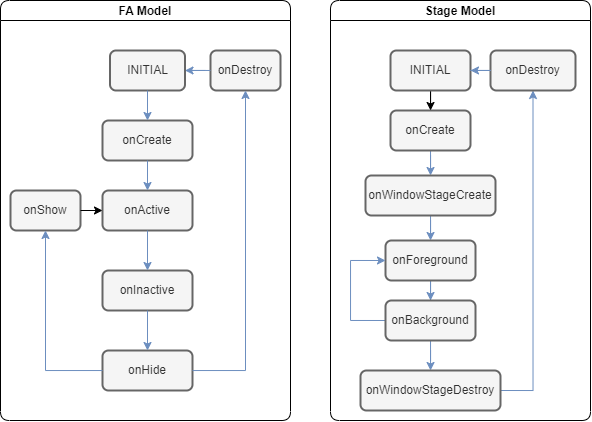
Above: zh-cn/application-dev/ability/figures/lifecycle.png in openharmony/docs (draw.io), before the change. Source tidied: cells renumbered, new cells last; positions are measured from the earlier drawing's top-left corner, leaving out a move shared by most shapes. The source it was exported from:
```xml
<mxGraphModel>
  <root>
    <mxCell id="0" />
    <mxCell id="1" parent="0" />
    <mxCell id="2" value="FA Model" style="swimlane;rounded=1;startSize=20;" parent="1" vertex="1">
      <mxGeometry width="290" height="420" as="geometry" />
    </mxCell>
    <mxCell id="3" value="INITIAL" style="strokeWidth=2;html=1;whiteSpace=wrap;rounded=1;startSize=20;fillColor=#f5f5f5;fontColor=#333333;strokeColor=#666666;" parent="2" vertex="1">
      <mxGeometry x="109.5" y="50" width="75" height="40" as="geometry" />
    </mxCell>
    <mxCell id="4" value="onCreate" style="whiteSpace=wrap;html=1;strokeWidth=2;rounded=1;startSize=20;fillColor=#f5f5f5;fontColor=#333333;strokeColor=#666666;" parent="2" vertex="1">
      <mxGeometry x="102" y="120" width="90" height="40" as="geometry" />
    </mxCell>
    <mxCell id="5" style="edgeStyle=orthogonalEdgeStyle;rounded=0;jettySize=auto;html=1;startSize=20;fillColor=#dae8fc;strokeColor=#6c8ebf;" parent="2" edge="1" source="3" target="4">
      <mxGeometry relative="1" as="geometry" />
    </mxCell>
    <mxCell id="6" value="onActive" style="whiteSpace=wrap;html=1;strokeWidth=2;rounded=1;startSize=20;fillColor=#f5f5f5;fontColor=#333333;strokeColor=#666666;" parent="2" vertex="1">
      <mxGeometry x="102" y="190" width="90" height="40" as="geometry" />
    </mxCell>
    <mxCell id="7" style="edgeStyle=orthogonalEdgeStyle;rounded=0;jettySize=auto;html=1;startSize=20;fillColor=#dae8fc;strokeColor=#6c8ebf;" parent="2" edge="1" source="4" target="6">
      <mxGeometry relative="1" as="geometry" />
    </mxCell>
    <mxCell id="8" value="onInactive" style="whiteSpace=wrap;html=1;strokeWidth=2;rounded=1;startSize=20;fillColor=#f5f5f5;fontColor=#333333;strokeColor=#666666;" parent="2" vertex="1">
      <mxGeometry x="102" y="270" width="90" height="40" as="geometry" />
    </mxCell>
    <mxCell id="9" style="edgeStyle=orthogonalEdgeStyle;rounded=0;jettySize=auto;html=1;startSize=20;fillColor=#dae8fc;strokeColor=#6c8ebf;" parent="2" edge="1" source="6" target="8">
      <mxGeometry relative="1" as="geometry" />
    </mxCell>
    <mxCell id="10" value="onHide" style="whiteSpace=wrap;html=1;strokeWidth=2;rounded=1;startSize=20;fillColor=#f5f5f5;fontColor=#333333;strokeColor=#666666;" parent="2" vertex="1">
      <mxGeometry x="102" y="350" width="90" height="40" as="geometry" />
    </mxCell>
    <mxCell id="11" style="edgeStyle=orthogonalEdgeStyle;rounded=0;jettySize=auto;html=1;startSize=20;fillColor=#dae8fc;strokeColor=#6c8ebf;" parent="2" edge="1" source="8" target="10">
      <mxGeometry relative="1" as="geometry" />
    </mxCell>
    <mxCell id="12" value="onShow" style="whiteSpace=wrap;html=1;strokeWidth=2;rounded=1;startSize=20;fillColor=#f5f5f5;fontColor=#333333;strokeColor=#666666;" parent="2" vertex="1">
      <mxGeometry x="10" y="190" width="70" height="40" as="geometry" />
    </mxCell>
    <mxCell id="13" style="edgeStyle=orthogonalEdgeStyle;rounded=0;jettySize=auto;html=1;startSize=20;fillColor=#dae8fc;strokeColor=#6c8ebf;" parent="2" edge="1" source="10" target="12">
      <mxGeometry relative="1" as="geometry" />
    </mxCell>
    <mxCell id="14" style="edgeStyle=orthogonalEdgeStyle;rounded=0;jettySize=auto;html=1;exitX=1;exitY=0.5;exitDx=0;exitDy=0;entryX=0;entryY=0.5;entryDx=0;entryDy=0;startSize=20;" parent="2" edge="1" source="12" target="6">
      <mxGeometry relative="1" as="geometry" />
    </mxCell>
    <mxCell id="15" value="onDestroy" style="whiteSpace=wrap;html=1;strokeWidth=2;rounded=1;startSize=20;fillColor=#f5f5f5;fontColor=#333333;strokeColor=#666666;" parent="2" vertex="1">
      <mxGeometry x="210" y="50" width="70" height="40" as="geometry" />
    </mxCell>
    <mxCell id="16" style="edgeStyle=orthogonalEdgeStyle;rounded=0;jettySize=auto;html=1;startSize=20;fillColor=#dae8fc;strokeColor=#6c8ebf;" parent="2" edge="1" source="10" target="15">
      <mxGeometry relative="1" as="geometry" />
    </mxCell>
    <mxCell id="17" style="edgeStyle=orthogonalEdgeStyle;rounded=0;jettySize=auto;html=1;startSize=20;entryX=1;entryY=0.5;entryDx=0;entryDy=0;fillColor=#dae8fc;strokeColor=#6c8ebf;" parent="2" edge="1" source="15" target="3">
      <mxGeometry relative="1" as="geometry" />
    </mxCell>
    <mxCell id="18" style="edgeStyle=orthogonalEdgeStyle;rounded=0;jettySize=auto;html=1;startSize=20;" parent="1" edge="1" source="19" target="21">
      <mxGeometry relative="1" as="geometry" />
    </mxCell>
    <mxCell id="19" value="INITIAL" style="rounded=1;whiteSpace=wrap;html=1;startSize=20;strokeWidth=2;fillColor=#f5f5f5;fontColor=#333333;strokeColor=#666666;" parent="1" vertex="1">
      <mxGeometry x="390" y="50" width="80" height="40" as="geometry" />
    </mxCell>
    <mxCell id="20" style="edgeStyle=orthogonalEdgeStyle;rounded=0;jettySize=auto;html=1;startSize=20;fillColor=#dae8fc;strokeColor=#6c8ebf;" parent="1" edge="1" source="21" target="23">
      <mxGeometry relative="1" as="geometry" />
    </mxCell>
    <mxCell id="21" value="onCreate" style="rounded=1;whiteSpace=wrap;html=1;startSize=20;strokeWidth=2;fillColor=#f5f5f5;fontColor=#333333;strokeColor=#666666;" parent="1" vertex="1">
      <mxGeometry x="390" y="110" width="80" height="40" as="geometry" />
    </mxCell>
    <mxCell id="22" style="edgeStyle=orthogonalEdgeStyle;rounded=0;jettySize=auto;html=1;startSize=20;fillColor=#dae8fc;strokeColor=#6c8ebf;" parent="1" edge="1" source="23" target="25">
      <mxGeometry relative="1" as="geometry" />
    </mxCell>
    <mxCell id="23" value="onWindowStageCreate" style="rounded=1;whiteSpace=wrap;html=1;startSize=20;strokeWidth=2;fillColor=#f5f5f5;fontColor=#333333;strokeColor=#666666;" parent="1" vertex="1">
      <mxGeometry x="365" y="175" width="130" height="40" as="geometry" />
    </mxCell>
    <mxCell id="24" style="edgeStyle=orthogonalEdgeStyle;rounded=0;jettySize=auto;html=1;startSize=20;fillColor=#dae8fc;strokeColor=#6c8ebf;" parent="1" edge="1" source="25" target="28">
      <mxGeometry relative="1" as="geometry" />
    </mxCell>
    <mxCell id="25" value="onForeground" style="rounded=1;whiteSpace=wrap;html=1;startSize=20;strokeWidth=2;fillColor=#f5f5f5;fontColor=#333333;strokeColor=#666666;" parent="1" vertex="1">
      <mxGeometry x="385" y="240" width="90" height="40" as="geometry" />
    </mxCell>
    <mxCell id="26" style="edgeStyle=orthogonalEdgeStyle;rounded=0;jettySize=auto;html=1;startSize=20;fillColor=#dae8fc;strokeColor=#6c8ebf;" parent="1" edge="1" source="28" target="30">
      <mxGeometry relative="1" as="geometry" />
    </mxCell>
    <mxCell id="27" style="edgeStyle=orthogonalEdgeStyle;rounded=0;jettySize=auto;html=1;entryX=0;entryY=0.5;entryDx=0;entryDy=0;startSize=20;exitX=0;exitY=0.5;exitDx=0;exitDy=0;fillColor=#dae8fc;strokeColor=#6c8ebf;" parent="1" edge="1" source="28" target="25">
      <mxGeometry relative="1" as="geometry">
        <Array as="points">
          <mxPoint x="350" y="320" />
          <mxPoint x="350" y="260" />
        </Array>
      </mxGeometry>
    </mxCell>
    <mxCell id="28" value="onBackground" style="rounded=1;whiteSpace=wrap;html=1;startSize=20;strokeWidth=2;fillColor=#f5f5f5;fontColor=#333333;strokeColor=#666666;" parent="1" vertex="1">
      <mxGeometry x="385" y="300" width="90" height="40" as="geometry" />
    </mxCell>
    <mxCell id="29" style="edgeStyle=orthogonalEdgeStyle;rounded=0;jettySize=auto;html=1;startSize=20;exitX=1;exitY=0.5;exitDx=0;exitDy=0;entryX=0.5;entryY=1;entryDx=0;entryDy=0;fillColor=#dae8fc;strokeColor=#6c8ebf;" parent="1" edge="1" source="30" target="32">
      <mxGeometry relative="1" as="geometry">
        <Array as="points">
          <mxPoint x="533" y="390" />
        </Array>
      </mxGeometry>
    </mxCell>
    <mxCell id="30" value="onWindowStageDestroy" style="rounded=1;whiteSpace=wrap;html=1;startSize=20;strokeWidth=2;fillColor=#f5f5f5;fontColor=#333333;strokeColor=#666666;" parent="1" vertex="1">
      <mxGeometry x="360" y="370" width="140" height="40" as="geometry" />
    </mxCell>
    <mxCell id="31" value="Stage Model" style="swimlane;rounded=1;startSize=20;strokeWidth=1;" parent="1" vertex="1">
      <mxGeometry x="330" width="260" height="420" as="geometry" />
    </mxCell>
    <mxCell id="32" value="onDestroy" style="rounded=1;whiteSpace=wrap;html=1;startSize=20;strokeWidth=2;fillColor=#f5f5f5;fontColor=#333333;strokeColor=#666666;" parent="31" vertex="1">
      <mxGeometry x="160" y="50" width="85" height="40" as="geometry" />
    </mxCell>
    <mxCell id="33" style="edgeStyle=orthogonalEdgeStyle;rounded=0;jettySize=auto;html=1;startSize=20;fillColor=#dae8fc;strokeColor=#6c8ebf;" parent="1" edge="1" source="32" target="19">
      <mxGeometry relative="1" as="geometry" />
    </mxCell>
  </root>
</mxGraphModel>
```
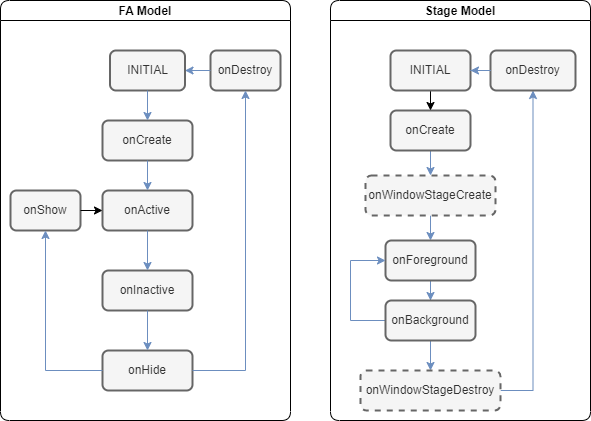
After the commit.

What changed in the source:
```diff
@@ -65,7 +65,7 @@
     <mxCell id="22" style="edgeStyle=orthogonalEdgeStyle;rounded=0;jettySize=auto;html=1;startSize=20;fillColor=#dae8fc;strokeColor=#6c8ebf;" parent="1" edge="1" source="23" target="25">
       <mxGeometry relative="1" as="geometry" />
     </mxCell>
-    <mxCell id="23" value="onWindowStageCreate" style="rounded=1;whiteSpace=wrap;html=1;startSize=20;strokeWidth=2;fillColor=#f5f5f5;fontColor=#333333;strokeColor=#666666;" parent="1" vertex="1">
+    <mxCell id="23" value="onWindowStageCreate" style="rounded=1;whiteSpace=wrap;html=1;startSize=20;strokeWidth=2;fillColor=#f5f5f5;fontColor=#333333;strokeColor=#666666;dashed=1;" parent="1" vertex="1">
       <mxGeometry x="365" y="175" width="130" height="40" as="geometry" />
     </mxCell>
     <mxCell id="24" style="edgeStyle=orthogonalEdgeStyle;rounded=0;jettySize=auto;html=1;startSize=20;fillColor=#dae8fc;strokeColor=#6c8ebf;" parent="1" edge="1" source="25" target="28">
@@ -95,7 +95,7 @@
         </Array>
       </mxGeometry>
     </mxCell>
-    <mxCell id="30" value="onWindowStageDestroy" style="rounded=1;whiteSpace=wrap;html=1;startSize=20;strokeWidth=2;fillColor=#f5f5f5;fontColor=#333333;strokeColor=#666666;" parent="1" vertex="1">
+    <mxCell id="30" value="onWindowStageDestroy" style="rounded=1;whiteSpace=wrap;html=1;startSize=20;strokeWidth=2;fillColor=#f5f5f5;fontColor=#333333;strokeColor=#666666;dashed=1;" parent="1" vertex="1">
       <mxGeometry x="360" y="370" width="140" height="40" as="geometry" />
     </mxCell>
     <mxCell id="31" value="Stage Model" style="swimlane;rounded=1;startSize=20;strokeWidth=1;" parent="1" vertex="1">
```
